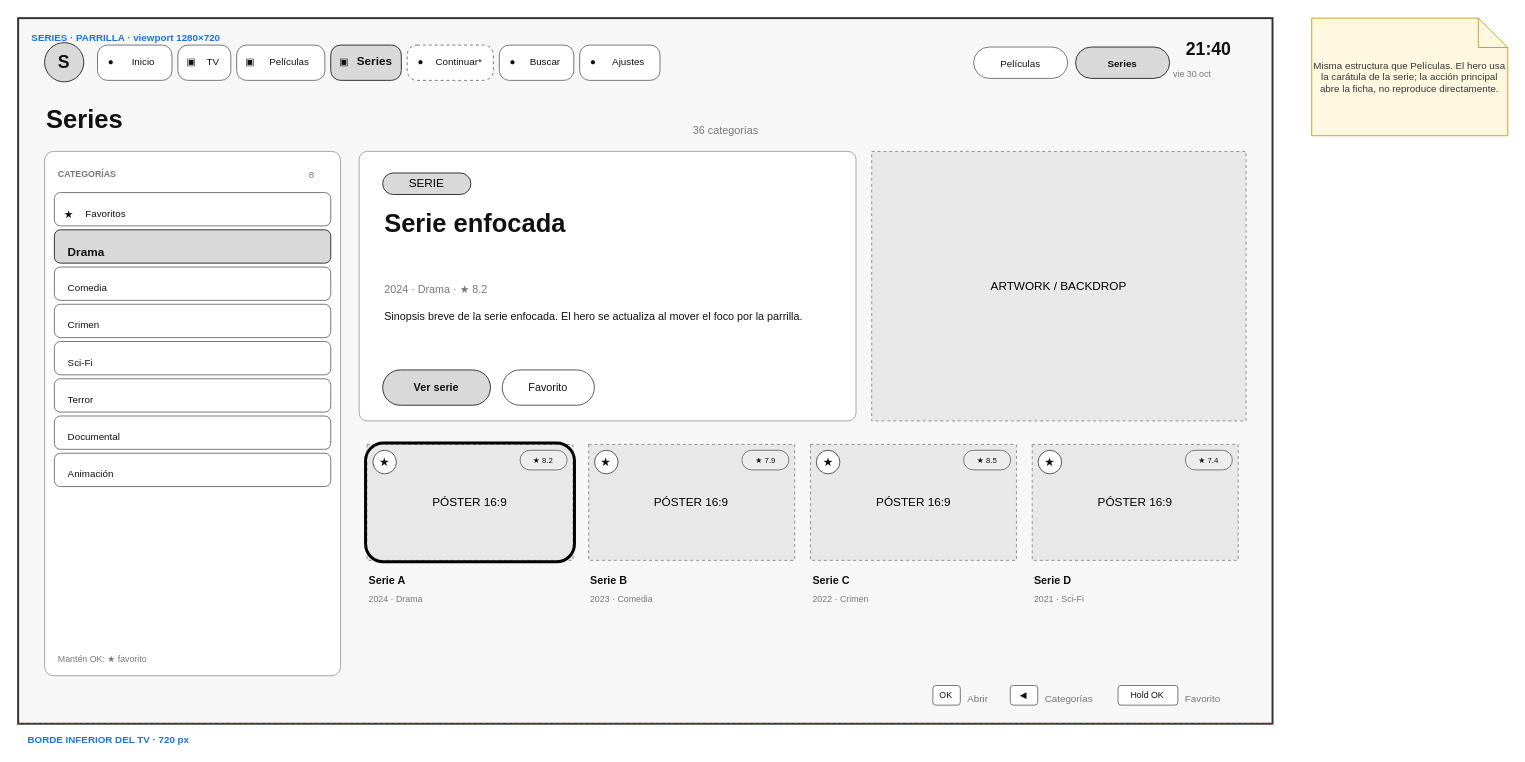
The draw.io diagram page "01 · Series · parrilla" (2 of 5) of design/layouts/SERIES.drawio in andres3336/streaming, before the edit. Source tidied: cells renumbered, new cells numbered last; positions are measured from the earlier drawing's top-left corner, leaving out a move shared by most shapes. Both pictures are drawn from the tidied source at 98%, with x=0, y=0 at pixel (18, 18).
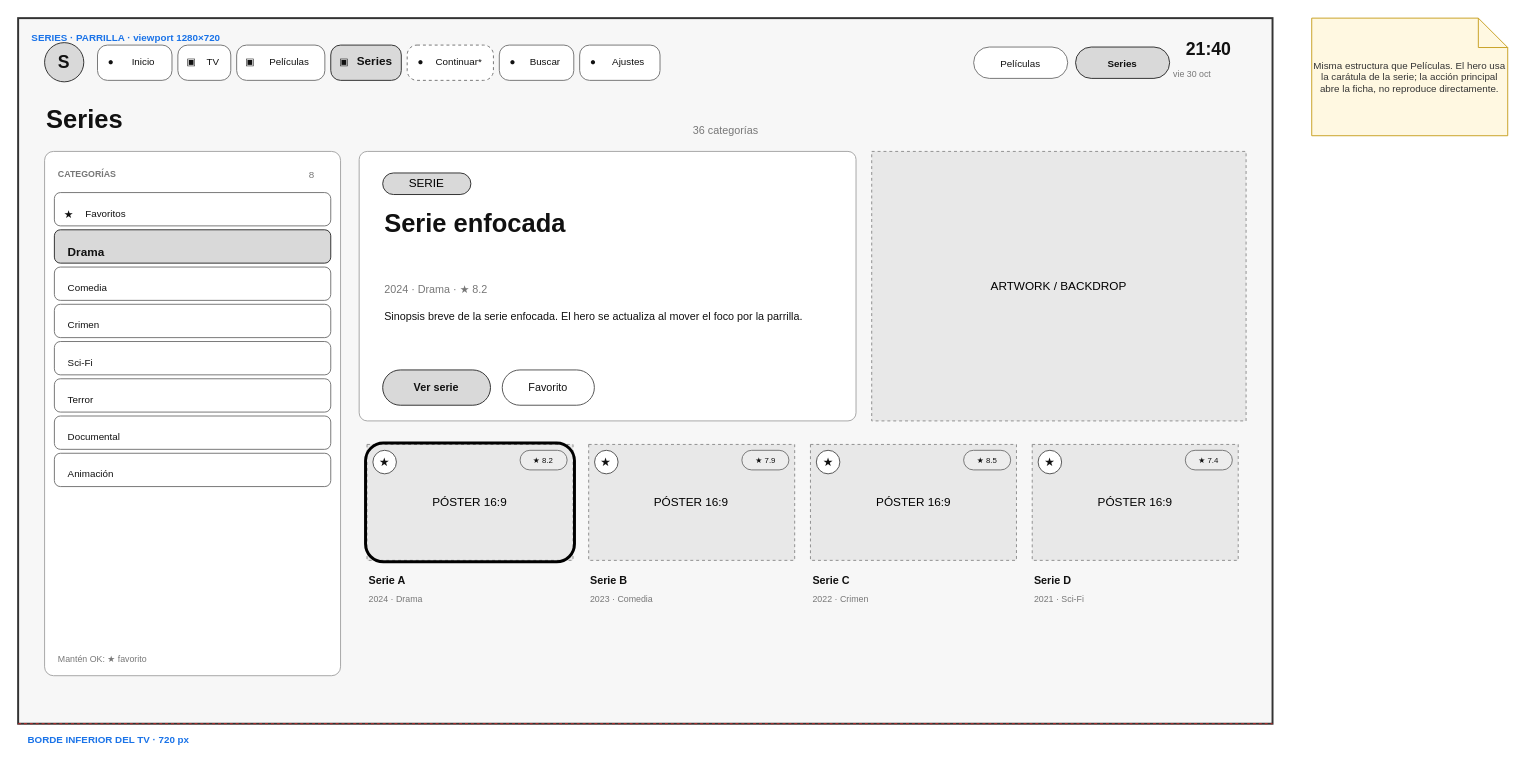
The same diagram, later.

Unchanged cells that the change refers to:
```xml
<mxCell id="4" style="group;" parent="2" vertex="1">
  <mxGeometry width="1280" height="720" as="geometry" />
</mxCell>
```

Change to the diagram source:
```diff
@@
-    <mxCell id="3" parent="0" />
@@
-    <mxCell id="6" value="SERIES · PARRILLA · viewport 1280×720" style="text;html=1;whiteSpace=wrap;align=left;verticalAlign=top;fontSize=10;fontStyle=1;fontColor=#1A73E8;fontFamily=Helvetica;" parent="3" vertex="1">
-      <mxGeometry x="12" y="8" width="1256" height="18" as="geometry" />
-    </mxCell>
@@
-    <mxCell id="112" style="group;" parent="4" vertex="1">
-      <mxGeometry x="27" y="681" width="1226" height="22" as="geometry" />
-    </mxCell>
-    <mxCell id="113" value="OK" style="rounded=1;arcSize=15;whiteSpace=wrap;html=1;fillColor=#FFFFFF;strokeColor=#777777;strokeWidth=1;fontSize=9;fontColor=#111111;fontFamily=Helvetica;" parent="112" vertex="1">
-      <mxGeometry x="906.4" width="28" height="20" as="geometry" />
-    </mxCell>
-    <mxCell id="114" value="Abrir" style="text;html=1;whiteSpace=wrap;align=left;verticalAlign=top;fontSize=10;fontColor=#777777;fontFamily=Helvetica;" parent="112" vertex="1">
-      <mxGeometry x="940.4" y="1" width="45" height="18" as="geometry" />
-    </mxCell>
-    <mxCell id="115" value="◀" style="rounded=1;arcSize=15;whiteSpace=wrap;html=1;fillColor=#FFFFFF;strokeColor=#777777;strokeWidth=1;fontSize=9;fontColor=#111111;fontFamily=Helvetica;" parent="112" vertex="1">
-      <mxGeometry x="985.4" width="28" height="20" as="geometry" />
-    </mxCell>
-    <mxCell id="116" value="Categorías" style="text;html=1;whiteSpace=wrap;align=left;verticalAlign=top;fontSize=10;fontColor=#777777;fontFamily=Helvetica;" parent="112" vertex="1">
-      <mxGeometry x="1019.4" y="1" width="76" height="18" as="geometry" />
-    </mxCell>
-    <mxCell id="117" value="Hold OK" style="rounded=1;arcSize=15;whiteSpace=wrap;html=1;fillColor=#FFFFFF;strokeColor=#777777;strokeWidth=1;fontSize=9;fontColor=#111111;fontFamily=Helvetica;" parent="112" vertex="1">
-      <mxGeometry x="1095.4" width="61" height="20" as="geometry" />
-    </mxCell>
-    <mxCell id="118" value="Favorito" style="text;html=1;whiteSpace=wrap;align=left;verticalAlign=top;fontSize=10;fontColor=#777777;fontFamily=Helvetica;" parent="112" vertex="1">
-      <mxGeometry x="1162.4" y="1" width="63.6" height="18" as="geometry" />
-    </mxCell>
@@
+    <mxCell id="3" parent="0" />
+    <mxCell id="6" value="SERIES · PARRILLA · viewport 1280×720" style="text;html=1;whiteSpace=wrap;align=left;verticalAlign=top;fontSize=10;fontStyle=1;fontColor=#1A73E8;fontFamily=Helvetica;" parent="3" vertex="1">
+      <mxGeometry x="12" y="8" width="1256" height="18" as="geometry" />
+    </mxCell>
```
